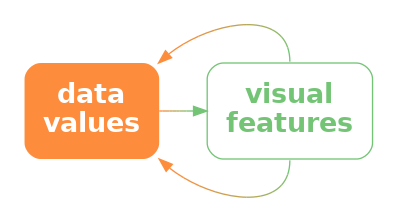
Above: Diagrams/data-vis-redundant.png in pmur002/hdvw (Graphviz), before the change. Its source is kept beside it as Diagrams/data-vis-redundant.dot.
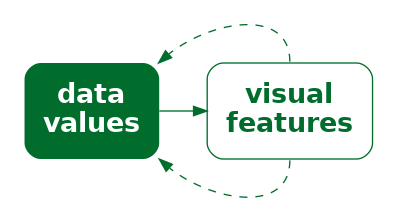
After the commit.

Diff of the diagram source:
```diff
@@ -1,10 +1,10 @@
 digraph {
   graph [ rankdir=LR; margin=.2; nodesep=.5 ];
   node [ fontsize=20; fontname="sans bold"; margin=.2 ];
-  data [ label="data\nvalues"; shape=box; style="filled, rounded"; penwidth=0; fontcolor=white; fillcolor="#FD8D3C" ]
+  data [ label="data\nvalues"; shape=box; style="filled, rounded"; penwidth=0; fontcolor=white; fillcolor="#006D2C" ]
   vis [ label="visual\nfeatures"; shape=box;
-     style="rounded"; color="#74C476"; fontcolor="#74C476" ]
-  data -> vis [ style="bold"; penwidth=1; color="#FD8D3C;0.1:#EE9342;0.1:#DF9949;0.1:#CF9F4F;0.1:#C0A556;0.1:#B1AC5C;0.1:#A2B263;0.1:#92B869;0.1:#83BE70;0.1:#74C476;0.1" ]
-  vis:s -> data:se [ style="solid", color="#74C476;0.1:#83BE70;0.1:#92B869;0.1:#A2B263;0.1:#B1AC5C;0.1:#C0A556;0.1:#CF9F4F;0.1:#DF9949;0.1:#EE9342;0.1:#FD8D3C;0.1" ]
-  vis:n -> data:ne [ style="solid", color="#74C476;0.1:#83BE70;0.1:#92B869;0.1:#A2B263;0.1:#B1AC5C;0.1:#C0A556;0.1:#CF9F4F;0.1:#DF9949;0.1:#EE9342;0.1:#FD8D3C;0.1" ]
+     style="rounded"; color="#006D2C"; fontcolor="#006D2C" ]
+  data -> vis [ style="bold"; penwidth=1; color="#006D2C" ]
+  vis:s -> data:se [ style="dashed", color="#006D2C" ]
+  vis:n -> data:ne [ style="dashed", color="#006D2C" ]
 }
```
